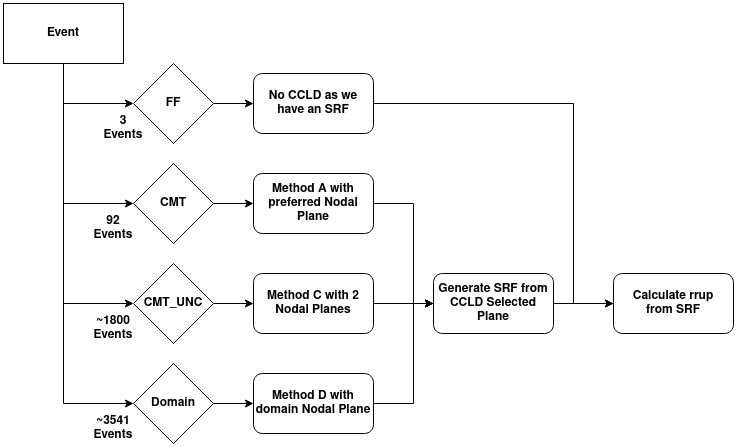
The draw.io diagram wiki/images/ccld_events.png in ucgmsim/nzgmdb, before a commit. Source tidied: cells renumbered, new cells last; positions are measured from the earlier drawing's top-left corner, leaving out a move shared by most shapes. Source of this version:
```xml
<mxGraphModel>
  <root>
    <mxCell id="0" />
    <mxCell id="1" parent="0" />
    <mxCell id="2" style="edgeStyle=orthogonalEdgeStyle;rounded=0;jettySize=auto;html=1;exitX=0.5;exitY=1;exitDx=0;exitDy=0;entryX=0;entryY=0.5;entryDx=0;entryDy=0;" parent="1" edge="1" source="6" target="8">
      <mxGeometry relative="1" as="geometry" />
    </mxCell>
    <mxCell id="3" style="edgeStyle=orthogonalEdgeStyle;rounded=0;jettySize=auto;html=1;exitX=0.5;exitY=1;exitDx=0;exitDy=0;entryX=0;entryY=0.5;entryDx=0;entryDy=0;" parent="1" edge="1" source="6" target="12">
      <mxGeometry relative="1" as="geometry" />
    </mxCell>
    <mxCell id="4" style="edgeStyle=orthogonalEdgeStyle;rounded=0;jettySize=auto;html=1;exitX=0.5;exitY=1;exitDx=0;exitDy=0;entryX=0;entryY=0.5;entryDx=0;entryDy=0;" parent="1" edge="1" source="6" target="16">
      <mxGeometry relative="1" as="geometry" />
    </mxCell>
    <mxCell id="5" style="edgeStyle=orthogonalEdgeStyle;rounded=0;jettySize=auto;html=1;exitX=0.5;exitY=1;exitDx=0;exitDy=0;entryX=0;entryY=0.5;entryDx=0;entryDy=0;" parent="1" edge="1" source="6" target="20">
      <mxGeometry relative="1" as="geometry" />
    </mxCell>
    <mxCell id="6" value="&lt;b&gt;Event&lt;/b&gt;" style="rounded=0;whiteSpace=wrap;html=1;" parent="1" vertex="1">
      <mxGeometry width="120" height="60" as="geometry" />
    </mxCell>
    <mxCell id="7" style="edgeStyle=orthogonalEdgeStyle;rounded=0;jettySize=auto;html=1;exitX=1;exitY=0.5;exitDx=0;exitDy=0;entryX=0;entryY=0.5;entryDx=0;entryDy=0;" parent="1" edge="1" source="8" target="10">
      <mxGeometry relative="1" as="geometry" />
    </mxCell>
    <mxCell id="8" value="&lt;b&gt;CMT&lt;/b&gt;" style="rhombus;whiteSpace=wrap;html=1;" parent="1" vertex="1">
      <mxGeometry x="130" y="160" width="80" height="80" as="geometry" />
    </mxCell>
    <mxCell id="9" style="edgeStyle=orthogonalEdgeStyle;rounded=0;jettySize=auto;html=1;exitX=1;exitY=0.5;exitDx=0;exitDy=0;entryX=0;entryY=0.5;entryDx=0;entryDy=0;" parent="1" edge="1" source="10" target="24">
      <mxGeometry relative="1" as="geometry">
        <Array as="points">
          <mxPoint x="410" y="200" />
          <mxPoint x="410" y="300" />
        </Array>
      </mxGeometry>
    </mxCell>
    <mxCell id="10" value="&lt;div&gt;&lt;b&gt;Method A with&lt;/b&gt;&lt;/div&gt;&lt;div&gt;&lt;b&gt;preferred Nodal Plane&lt;br&gt;&lt;/b&gt;&lt;/div&gt;" style="rounded=1;whiteSpace=wrap;html=1;" parent="1" vertex="1">
      <mxGeometry x="250" y="170" width="120" height="60" as="geometry" />
    </mxCell>
    <mxCell id="11" style="edgeStyle=orthogonalEdgeStyle;rounded=0;jettySize=auto;html=1;exitX=1;exitY=0.5;exitDx=0;exitDy=0;entryX=0;entryY=0.5;entryDx=0;entryDy=0;" parent="1" edge="1" source="12" target="14">
      <mxGeometry relative="1" as="geometry" />
    </mxCell>
    <mxCell id="12" value="&lt;b&gt;CMT_UNC&lt;/b&gt;" style="rhombus;whiteSpace=wrap;html=1;" parent="1" vertex="1">
      <mxGeometry x="130" y="260" width="80" height="80" as="geometry" />
    </mxCell>
    <mxCell id="13" style="edgeStyle=orthogonalEdgeStyle;rounded=0;jettySize=auto;html=1;exitX=1;exitY=0.5;exitDx=0;exitDy=0;entryX=0;entryY=0.5;entryDx=0;entryDy=0;" parent="1" edge="1" source="14" target="24">
      <mxGeometry relative="1" as="geometry" />
    </mxCell>
    <mxCell id="14" value="&lt;div&gt;&lt;b&gt;Method C with 2&lt;/b&gt;&lt;/div&gt;&lt;div&gt;&lt;b&gt;Nodal Planes&lt;br&gt;&lt;/b&gt;&lt;/div&gt;" style="rounded=1;whiteSpace=wrap;html=1;" parent="1" vertex="1">
      <mxGeometry x="250" y="270" width="120" height="60" as="geometry" />
    </mxCell>
    <mxCell id="15" style="edgeStyle=orthogonalEdgeStyle;rounded=0;jettySize=auto;html=1;exitX=1;exitY=0.5;exitDx=0;exitDy=0;entryX=0;entryY=0.5;entryDx=0;entryDy=0;" parent="1" edge="1" source="16" target="18">
      <mxGeometry relative="1" as="geometry" />
    </mxCell>
    <mxCell id="16" value="&lt;b&gt;Domain&lt;/b&gt;" style="rhombus;whiteSpace=wrap;html=1;" parent="1" vertex="1">
      <mxGeometry x="130" y="360" width="80" height="80" as="geometry" />
    </mxCell>
    <mxCell id="17" style="edgeStyle=orthogonalEdgeStyle;rounded=0;jettySize=auto;html=1;exitX=1;exitY=0.5;exitDx=0;exitDy=0;entryX=0;entryY=0.5;entryDx=0;entryDy=0;" parent="1" edge="1" source="18" target="24">
      <mxGeometry relative="1" as="geometry">
        <Array as="points">
          <mxPoint x="410" y="400" />
          <mxPoint x="410" y="300" />
        </Array>
      </mxGeometry>
    </mxCell>
    <mxCell id="18" value="&lt;div&gt;&lt;b&gt;Method D with&lt;/b&gt;&lt;/div&gt;&lt;div&gt;&lt;b&gt;domain Nodal Plane&lt;br&gt;&lt;/b&gt;&lt;/div&gt;" style="rounded=1;whiteSpace=wrap;html=1;" parent="1" vertex="1">
      <mxGeometry x="250" y="370" width="120" height="60" as="geometry" />
    </mxCell>
    <mxCell id="19" style="edgeStyle=orthogonalEdgeStyle;rounded=0;jettySize=auto;html=1;exitX=1;exitY=0.5;exitDx=0;exitDy=0;entryX=0;entryY=0.5;entryDx=0;entryDy=0;" parent="1" edge="1" source="20" target="22">
      <mxGeometry relative="1" as="geometry" />
    </mxCell>
    <mxCell id="20" value="&lt;b&gt;FF&lt;/b&gt;" style="rhombus;whiteSpace=wrap;html=1;" parent="1" vertex="1">
      <mxGeometry x="130" y="60" width="80" height="80" as="geometry" />
    </mxCell>
    <mxCell id="21" style="edgeStyle=orthogonalEdgeStyle;rounded=0;jettySize=auto;html=1;exitX=1;exitY=0.5;exitDx=0;exitDy=0;entryX=0;entryY=0.5;entryDx=0;entryDy=0;" parent="1" edge="1" source="22" target="25">
      <mxGeometry relative="1" as="geometry">
        <Array as="points">
          <mxPoint x="570" y="100" />
          <mxPoint x="570" y="300" />
        </Array>
      </mxGeometry>
    </mxCell>
    <mxCell id="22" value="&lt;b&gt;No CCLD as we have an SRF&lt;br&gt;&lt;/b&gt;" style="rounded=1;whiteSpace=wrap;html=1;" parent="1" vertex="1">
      <mxGeometry x="250" y="70" width="120" height="60" as="geometry" />
    </mxCell>
    <mxCell id="23" style="edgeStyle=orthogonalEdgeStyle;rounded=0;jettySize=auto;html=1;exitX=1;exitY=0.5;exitDx=0;exitDy=0;entryX=0;entryY=0.5;entryDx=0;entryDy=0;" parent="1" edge="1" source="24" target="25">
      <mxGeometry relative="1" as="geometry" />
    </mxCell>
    <mxCell id="24" value="&lt;div&gt;&lt;b&gt;Generate SRF from CCLD Selected&lt;/b&gt;&lt;/div&gt;&lt;div&gt;&lt;b&gt;Plane&lt;br&gt;&lt;/b&gt;&lt;/div&gt;" style="rounded=1;whiteSpace=wrap;html=1;" parent="1" vertex="1">
      <mxGeometry x="430" y="270" width="120" height="60" as="geometry" />
    </mxCell>
    <mxCell id="25" value="&lt;div&gt;&lt;b&gt;Calculate rrup&lt;/b&gt;&lt;/div&gt;&lt;div&gt;&lt;b&gt;from SRF&lt;br&gt;&lt;/b&gt;&lt;/div&gt;" style="rounded=1;whiteSpace=wrap;html=1;" parent="1" vertex="1">
      <mxGeometry x="610" y="270" width="120" height="60" as="geometry" />
    </mxCell>
    <mxCell id="26" value="&lt;div&gt;&lt;b&gt;3&lt;/b&gt;&lt;/div&gt;&lt;div&gt;&lt;b&gt;Events&lt;/b&gt;&lt;/div&gt;" style="text;html=1;align=center;verticalAlign=middle;whiteSpace=wrap;rounded=0;" parent="1" vertex="1">
      <mxGeometry x="90" y="110" width="60" height="30" as="geometry" />
    </mxCell>
    <mxCell id="27" value="&lt;div&gt;&lt;b&gt;92&lt;/b&gt;&lt;/div&gt;&lt;div&gt;&lt;b&gt;Events&lt;/b&gt;&lt;/div&gt;" style="text;html=1;align=center;verticalAlign=middle;whiteSpace=wrap;rounded=0;" parent="1" vertex="1">
      <mxGeometry x="80" y="210" width="60" height="30" as="geometry" />
    </mxCell>
    <mxCell id="28" value="&lt;div&gt;&lt;b&gt;~1800&lt;/b&gt;&lt;/div&gt;&lt;div&gt;&lt;b&gt;Events&lt;/b&gt;&lt;/div&gt;" style="text;html=1;align=center;verticalAlign=middle;whiteSpace=wrap;rounded=0;" parent="1" vertex="1">
      <mxGeometry x="80" y="310" width="60" height="30" as="geometry" />
    </mxCell>
    <mxCell id="29" value="&lt;div&gt;&lt;b&gt;~3541&lt;/b&gt;&lt;/div&gt;&lt;div&gt;&lt;b&gt;Events&lt;/b&gt;&lt;/div&gt;" style="text;html=1;align=center;verticalAlign=middle;whiteSpace=wrap;rounded=0;" parent="1" vertex="1">
      <mxGeometry x="80" y="410" width="60" height="30" as="geometry" />
    </mxCell>
  </root>
</mxGraphModel>
```
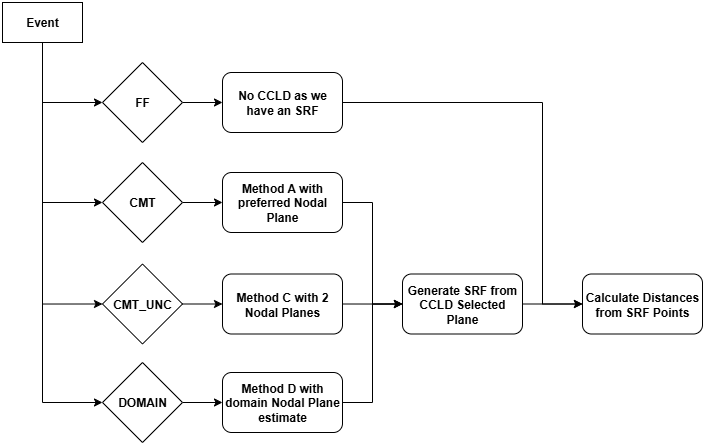
After the commit.

Change to the diagram source:
```diff
@@ -2,104 +2,84 @@
   <root>
     <mxCell id="0" />
     <mxCell id="1" parent="0" />
+    <mxCell id="5" style="edgeStyle=orthogonalEdgeStyle;rounded=0;jettySize=auto;html=1;exitX=0.5;exitY=1;exitDx=0;exitDy=0;entryX=0;entryY=0.5;entryDx=0;entryDy=0;" parent="1" edge="1" source="6" target="20">
+      <mxGeometry relative="1" as="geometry" />
+    </mxCell>
     <mxCell id="2" style="edgeStyle=orthogonalEdgeStyle;rounded=0;jettySize=auto;html=1;exitX=0.5;exitY=1;exitDx=0;exitDy=0;entryX=0;entryY=0.5;entryDx=0;entryDy=0;" parent="1" edge="1" source="6" target="8">
       <mxGeometry relative="1" as="geometry" />
     </mxCell>
     <mxCell id="3" style="edgeStyle=orthogonalEdgeStyle;rounded=0;jettySize=auto;html=1;exitX=0.5;exitY=1;exitDx=0;exitDy=0;entryX=0;entryY=0.5;entryDx=0;entryDy=0;" parent="1" edge="1" source="6" target="12">
       <mxGeometry relative="1" as="geometry" />
     </mxCell>
-    <mxCell id="4" style="edgeStyle=orthogonalEdgeStyle;rounded=0;jettySize=auto;html=1;exitX=0.5;exitY=1;exitDx=0;exitDy=0;entryX=0;entryY=0.5;entryDx=0;entryDy=0;" parent="1" edge="1" source="6" target="16">
-      <mxGeometry relative="1" as="geometry" />
-    </mxCell>
-    <mxCell id="5" style="edgeStyle=orthogonalEdgeStyle;rounded=0;jettySize=auto;html=1;exitX=0.5;exitY=1;exitDx=0;exitDy=0;entryX=0;entryY=0.5;entryDx=0;entryDy=0;" parent="1" edge="1" source="6" target="20">
-      <mxGeometry relative="1" as="geometry" />
-    </mxCell>
+    <mxCell id="30" style="edgeStyle=orthogonalEdgeStyle;rounded=0;jettySize=auto;html=1;exitX=0.5;exitY=1;exitDx=0;exitDy=0;entryX=0;entryY=0.5;entryDx=0;entryDy=0;" parent="1" edge="1" source="6" target="32">
+      <mxGeometry relative="1" as="geometry" />
+    </mxCell>
     <mxCell id="6" value="&lt;b&gt;Event&lt;/b&gt;" style="rounded=0;whiteSpace=wrap;html=1;" parent="1" vertex="1">
-      <mxGeometry width="120" height="60" as="geometry" />
+      <mxGeometry x="10" y="220" width="80" height="40" as="geometry" />
     </mxCell>
+    <mxCell id="19" style="edgeStyle=orthogonalEdgeStyle;rounded=0;jettySize=auto;html=1;exitX=1;exitY=0.5;exitDx=0;exitDy=0;entryX=0;entryY=0.5;entryDx=0;entryDy=0;" parent="1" edge="1" source="20" target="22">
+      <mxGeometry relative="1" as="geometry" />
+    </mxCell>
+    <mxCell id="20" value="&lt;b&gt;FF&lt;/b&gt;" style="rhombus;whiteSpace=wrap;html=1;" parent="1" vertex="1">
+      <mxGeometry x="110" y="280" width="80" height="80" as="geometry" />
+    </mxCell>
     <mxCell id="7" style="edgeStyle=orthogonalEdgeStyle;rounded=0;jettySize=auto;html=1;exitX=1;exitY=0.5;exitDx=0;exitDy=0;entryX=0;entryY=0.5;entryDx=0;entryDy=0;" parent="1" edge="1" source="8" target="10">
       <mxGeometry relative="1" as="geometry" />
     </mxCell>
     <mxCell id="8" value="&lt;b&gt;CMT&lt;/b&gt;" style="rhombus;whiteSpace=wrap;html=1;" parent="1" vertex="1">
-      <mxGeometry x="130" y="160" width="80" height="80" as="geometry" />
+      <mxGeometry x="110" y="380" width="80" height="80" as="geometry" />
     </mxCell>
+    <mxCell id="11" style="edgeStyle=orthogonalEdgeStyle;rounded=0;jettySize=auto;html=1;exitX=1;exitY=0.5;exitDx=0;exitDy=0;entryX=0;entryY=0.5;entryDx=0;entryDy=0;" parent="1" edge="1" source="12" target="14">
+      <mxGeometry relative="1" as="geometry" />
+    </mxCell>
+    <mxCell id="12" value="&lt;b&gt;CMT_UNC&lt;/b&gt;" style="rhombus;whiteSpace=wrap;html=1;" parent="1" vertex="1">
+      <mxGeometry x="110" y="481.5" width="80" height="80" as="geometry" />
+    </mxCell>
+    <mxCell id="31" style="edgeStyle=orthogonalEdgeStyle;rounded=0;jettySize=auto;html=1;exitX=1;exitY=0.5;exitDx=0;exitDy=0;entryX=0;entryY=0.5;entryDx=0;entryDy=0;" parent="1" edge="1" source="32" target="36">
+      <mxGeometry relative="1" as="geometry" />
+    </mxCell>
+    <mxCell id="32" value="&lt;b&gt;DOMAIN&lt;/b&gt;" style="rhombus;whiteSpace=wrap;html=1;" parent="1" vertex="1">
+      <mxGeometry x="110" y="580" width="80" height="80" as="geometry" />
+    </mxCell>
+    <mxCell id="33" style="edgeStyle=orthogonalEdgeStyle;rounded=0;jettySize=auto;html=1;exitX=1;exitY=0.5;exitDx=0;exitDy=0;entryX=0;entryY=0.5;entryDx=0;entryDy=0;" parent="1" edge="1" source="22" target="38">
+      <mxGeometry relative="1" as="geometry">
+        <Array as="points">
+          <mxPoint x="550" y="320" />
+          <mxPoint x="550" y="522" />
+        </Array>
+      </mxGeometry>
+    </mxCell>
+    <mxCell id="22" value="&lt;b&gt;No CCLD as we have an SRF&lt;/b&gt;" style="rounded=1;whiteSpace=wrap;html=1;" parent="1" vertex="1">
+      <mxGeometry x="230" y="290" width="120" height="60" as="geometry" />
+    </mxCell>
     <mxCell id="9" style="edgeStyle=orthogonalEdgeStyle;rounded=0;jettySize=auto;html=1;exitX=1;exitY=0.5;exitDx=0;exitDy=0;entryX=0;entryY=0.5;entryDx=0;entryDy=0;" parent="1" edge="1" source="10" target="24">
-      <mxGeometry relative="1" as="geometry">
-        <Array as="points">
-          <mxPoint x="410" y="200" />
-          <mxPoint x="410" y="300" />
-        </Array>
-      </mxGeometry>
+      <mxGeometry relative="1" as="geometry" />
     </mxCell>
-    <mxCell id="10" value="&lt;div&gt;&lt;b&gt;Method A with&lt;/b&gt;&lt;/div&gt;&lt;div&gt;&lt;b&gt;preferred Nodal Plane&lt;br&gt;&lt;/b&gt;&lt;/div&gt;" style="rounded=1;whiteSpace=wrap;html=1;" parent="1" vertex="1">
-      <mxGeometry x="250" y="170" width="120" height="60" as="geometry" />
+    <mxCell id="10" value="&lt;b&gt;Method A with preferred Nodal Plane&lt;/b&gt;" style="rounded=1;whiteSpace=wrap;html=1;" parent="1" vertex="1">
+      <mxGeometry x="230" y="390" width="120" height="60" as="geometry" />
     </mxCell>
-    <mxCell id="11" style="edgeStyle=orthogonalEdgeStyle;rounded=0;jettySize=auto;html=1;exitX=1;exitY=0.5;exitDx=0;exitDy=0;entryX=0;entryY=0.5;entryDx=0;entryDy=0;" parent="1" edge="1" source="12" target="14">
-      <mxGeometry relative="1" as="geometry" />
-    </mxCell>
-    <mxCell id="12" value="&lt;b&gt;CMT_UNC&lt;/b&gt;" style="rhombus;whiteSpace=wrap;html=1;" parent="1" vertex="1">
-      <mxGeometry x="130" y="260" width="80" height="80" as="geometry" />
-    </mxCell>
-    <mxCell id="13" style="edgeStyle=orthogonalEdgeStyle;rounded=0;jettySize=auto;html=1;exitX=1;exitY=0.5;exitDx=0;exitDy=0;entryX=0;entryY=0.5;entryDx=0;entryDy=0;" parent="1" edge="1" source="14" target="24">
-      <mxGeometry relative="1" as="geometry" />
-    </mxCell>
+    <mxCell id="34" style="edgeStyle=orthogonalEdgeStyle;rounded=0;jettySize=auto;html=1;exitX=1;exitY=0.5;exitDx=0;exitDy=0;" parent="1" edge="1" source="14">
+      <mxGeometry relative="1" as="geometry">
+        <mxPoint x="410" y="521.5" as="targetPoint" />
+      </mxGeometry>
+    </mxCell>
-    <mxCell id="14" value="&lt;div&gt;&lt;b&gt;Method C with 2&lt;/b&gt;&lt;/div&gt;&lt;div&gt;&lt;b&gt;Nodal Planes&lt;br&gt;&lt;/b&gt;&lt;/div&gt;" style="rounded=1;whiteSpace=wrap;html=1;" parent="1" vertex="1">
-      <mxGeometry x="250" y="270" width="120" height="60" as="geometry" />
+    <mxCell id="14" value="&lt;b&gt;Method C with 2 Nodal Planes&lt;/b&gt;" style="rounded=1;whiteSpace=wrap;html=1;" parent="1" vertex="1">
+      <mxGeometry x="230" y="491.5" width="120" height="60" as="geometry" />
     </mxCell>
-    <mxCell id="15" style="edgeStyle=orthogonalEdgeStyle;rounded=0;jettySize=auto;html=1;exitX=1;exitY=0.5;exitDx=0;exitDy=0;entryX=0;entryY=0.5;entryDx=0;entryDy=0;" parent="1" edge="1" source="16" target="18">
-      <mxGeometry relative="1" as="geometry" />
-    </mxCell>
-    <mxCell id="16" value="&lt;b&gt;Domain&lt;/b&gt;" style="rhombus;whiteSpace=wrap;html=1;" parent="1" vertex="1">
-      <mxGeometry x="130" y="360" width="80" height="80" as="geometry" />
-    </mxCell>
-    <mxCell id="17" style="edgeStyle=orthogonalEdgeStyle;rounded=0;jettySize=auto;html=1;exitX=1;exitY=0.5;exitDx=0;exitDy=0;entryX=0;entryY=0.5;entryDx=0;entryDy=0;" parent="1" edge="1" source="18" target="24">
-      <mxGeometry relative="1" as="geometry">
-        <Array as="points">
-          <mxPoint x="410" y="400" />
-          <mxPoint x="410" y="300" />
-        </Array>
-      </mxGeometry>
-    </mxCell>
-    <mxCell id="18" value="&lt;div&gt;&lt;b&gt;Method D with&lt;/b&gt;&lt;/div&gt;&lt;div&gt;&lt;b&gt;domain Nodal Plane&lt;br&gt;&lt;/b&gt;&lt;/div&gt;" style="rounded=1;whiteSpace=wrap;html=1;" parent="1" vertex="1">
-      <mxGeometry x="250" y="370" width="120" height="60" as="geometry" />
-    </mxCell>
-    <mxCell id="19" style="edgeStyle=orthogonalEdgeStyle;rounded=0;jettySize=auto;html=1;exitX=1;exitY=0.5;exitDx=0;exitDy=0;entryX=0;entryY=0.5;entryDx=0;entryDy=0;" parent="1" edge="1" source="20" target="22">
-      <mxGeometry relative="1" as="geometry" />
-    </mxCell>
-    <mxCell id="20" value="&lt;b&gt;FF&lt;/b&gt;" style="rhombus;whiteSpace=wrap;html=1;" parent="1" vertex="1">
-      <mxGeometry x="130" y="60" width="80" height="80" as="geometry" />
-    </mxCell>
-    <mxCell id="21" style="edgeStyle=orthogonalEdgeStyle;rounded=0;jettySize=auto;html=1;exitX=1;exitY=0.5;exitDx=0;exitDy=0;entryX=0;entryY=0.5;entryDx=0;entryDy=0;" parent="1" edge="1" source="22" target="25">
-      <mxGeometry relative="1" as="geometry">
-        <Array as="points">
-          <mxPoint x="570" y="100" />
-          <mxPoint x="570" y="300" />
-        </Array>
-      </mxGeometry>
-    </mxCell>
-    <mxCell id="22" value="&lt;b&gt;No CCLD as we have an SRF&lt;br&gt;&lt;/b&gt;" style="rounded=1;whiteSpace=wrap;html=1;" parent="1" vertex="1">
-      <mxGeometry x="250" y="70" width="120" height="60" as="geometry" />
-    </mxCell>
-    <mxCell id="23" style="edgeStyle=orthogonalEdgeStyle;rounded=0;jettySize=auto;html=1;exitX=1;exitY=0.5;exitDx=0;exitDy=0;entryX=0;entryY=0.5;entryDx=0;entryDy=0;" parent="1" edge="1" source="24" target="25">
-      <mxGeometry relative="1" as="geometry" />
-    </mxCell>
+    <mxCell id="35" style="edgeStyle=orthogonalEdgeStyle;rounded=0;jettySize=auto;html=1;exitX=1;exitY=0.5;exitDx=0;exitDy=0;entryX=0;entryY=0.5;entryDx=0;entryDy=0;" parent="1" edge="1" source="36" target="24">
+      <mxGeometry relative="1" as="geometry" />
+    </mxCell>
+    <mxCell id="36" value="&lt;b&gt;Method D with domain Nodal Plane estimate&lt;/b&gt;" style="rounded=1;whiteSpace=wrap;html=1;" parent="1" vertex="1">
+      <mxGeometry x="230" y="590" width="120" height="60" as="geometry" />
+    </mxCell>
+    <mxCell id="37" style="edgeStyle=orthogonalEdgeStyle;rounded=0;jettySize=auto;html=1;exitX=1;exitY=0.5;exitDx=0;exitDy=0;entryX=0;entryY=0.5;entryDx=0;entryDy=0;" parent="1" edge="1" source="24" target="38">
+      <mxGeometry relative="1" as="geometry" />
+    </mxCell>
-    <mxCell id="24" value="&lt;div&gt;&lt;b&gt;Generate SRF from CCLD Selected&lt;/b&gt;&lt;/div&gt;&lt;div&gt;&lt;b&gt;Plane&lt;br&gt;&lt;/b&gt;&lt;/div&gt;" style="rounded=1;whiteSpace=wrap;html=1;" parent="1" vertex="1">
-      <mxGeometry x="430" y="270" width="120" height="60" as="geometry" />
+    <mxCell id="24" value="&lt;b&gt;Generate SRF from CCLD Selected Plane&lt;/b&gt;" style="rounded=1;whiteSpace=wrap;html=1;" parent="1" vertex="1">
+      <mxGeometry x="410" y="491.5" width="120" height="60" as="geometry" />
     </mxCell>
-    <mxCell id="25" value="&lt;div&gt;&lt;b&gt;Calculate rrup&lt;/b&gt;&lt;/div&gt;&lt;div&gt;&lt;b&gt;from SRF&lt;br&gt;&lt;/b&gt;&lt;/div&gt;" style="rounded=1;whiteSpace=wrap;html=1;" parent="1" vertex="1">
-      <mxGeometry x="610" y="270" width="120" height="60" as="geometry" />
-    </mxCell>
-    <mxCell id="26" value="&lt;div&gt;&lt;b&gt;3&lt;/b&gt;&lt;/div&gt;&lt;div&gt;&lt;b&gt;Events&lt;/b&gt;&lt;/div&gt;" style="text;html=1;align=center;verticalAlign=middle;whiteSpace=wrap;rounded=0;" parent="1" vertex="1">
-      <mxGeometry x="90" y="110" width="60" height="30" as="geometry" />
-    </mxCell>
-    <mxCell id="27" value="&lt;div&gt;&lt;b&gt;92&lt;/b&gt;&lt;/div&gt;&lt;div&gt;&lt;b&gt;Events&lt;/b&gt;&lt;/div&gt;" style="text;html=1;align=center;verticalAlign=middle;whiteSpace=wrap;rounded=0;" parent="1" vertex="1">
-      <mxGeometry x="80" y="210" width="60" height="30" as="geometry" />
-    </mxCell>
-    <mxCell id="28" value="&lt;div&gt;&lt;b&gt;~1800&lt;/b&gt;&lt;/div&gt;&lt;div&gt;&lt;b&gt;Events&lt;/b&gt;&lt;/div&gt;" style="text;html=1;align=center;verticalAlign=middle;whiteSpace=wrap;rounded=0;" parent="1" vertex="1">
-      <mxGeometry x="80" y="310" width="60" height="30" as="geometry" />
-    </mxCell>
-    <mxCell id="29" value="&lt;div&gt;&lt;b&gt;~3541&lt;/b&gt;&lt;/div&gt;&lt;div&gt;&lt;b&gt;Events&lt;/b&gt;&lt;/div&gt;" style="text;html=1;align=center;verticalAlign=middle;whiteSpace=wrap;rounded=0;" parent="1" vertex="1">
-      <mxGeometry x="80" y="410" width="60" height="30" as="geometry" />
-    </mxCell>
+    <mxCell id="38" value="&lt;b&gt;Calculate Distances from SRF Points&lt;/b&gt;" style="rounded=1;whiteSpace=wrap;html=1;" parent="1" vertex="1">
+      <mxGeometry x="590" y="491.5" width="120" height="60" as="geometry" />
+    </mxCell>
   </root>
 </mxGraphModel>
```
